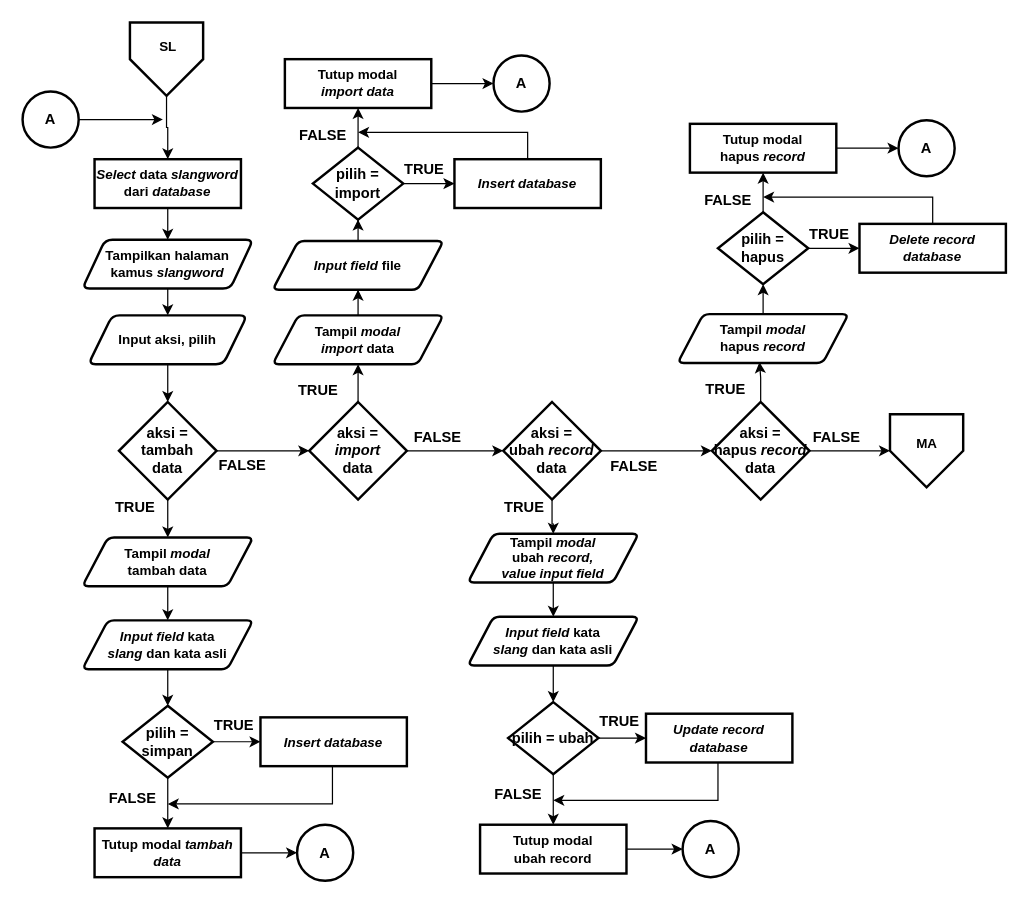
This is Dokumen TA/Paper/Flowchart/Flowchart menu slangword.drawio from muspriandi/TextMining-SentimentAnalysis, a draw.io file, before an edit. Source tidied: cells renumbered, new cells numbered last; positions are measured from the earlier drawing's top-left corner, leaving out a move shared by most shapes. Both pictures are drawn from the tidied source at 122%, with x=0, y=0 at pixel (22, 22).
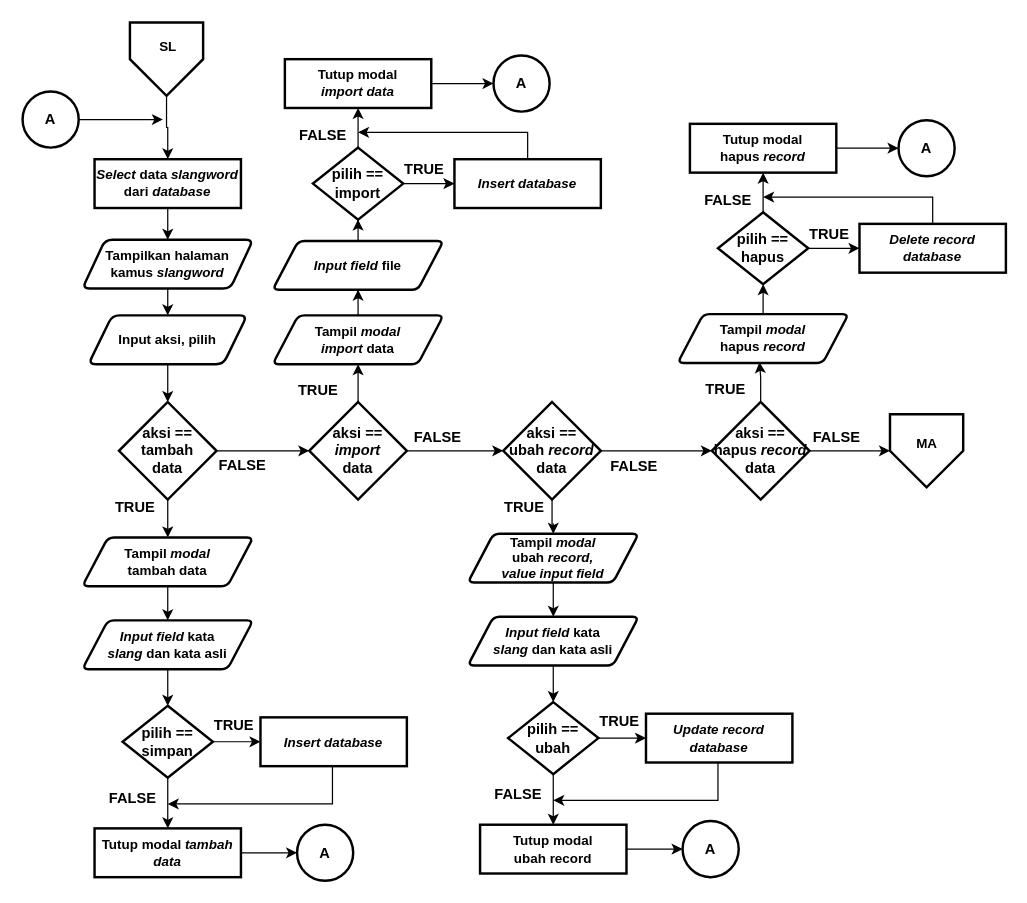
After the change.

Diff of the diagram source:
```diff
@@
-    <mxCell id="17" value="&lt;b&gt;&lt;font style=&quot;font-size: 12px&quot;&gt;aksi = tambah&lt;br&gt;data&lt;/font&gt;&lt;/b&gt;" style="rhombus;whiteSpace=wrap;html=1;strokeWidth=2;" parent="1" vertex="1">
+    <mxCell id="17" value="&lt;b&gt;&lt;font style=&quot;font-size: 12px&quot;&gt;aksi == tambah&lt;br&gt;data&lt;/font&gt;&lt;/b&gt;" style="rhombus;whiteSpace=wrap;html=1;strokeWidth=2;" parent="1" vertex="1">
       <mxGeometry x="79" y="311" width="80" height="80" as="geometry" />
     </mxCell>
@@
-    <mxCell id="20" value="&lt;b&gt;&lt;font style=&quot;font-size: 12px&quot;&gt;aksi =&lt;br&gt;&lt;i&gt;import&lt;/i&gt;&lt;br&gt;data&lt;br&gt;&lt;/font&gt;&lt;/b&gt;" style="rhombus;whiteSpace=wrap;html=1;strokeWidth=2;" parent="1" vertex="1">
+    <mxCell id="20" value="&lt;b&gt;&lt;font style=&quot;font-size: 12px&quot;&gt;aksi ==&lt;br&gt;&lt;i&gt;import&lt;/i&gt;&lt;br&gt;data&lt;br&gt;&lt;/font&gt;&lt;/b&gt;" style="rhombus;whiteSpace=wrap;html=1;strokeWidth=2;" parent="1" vertex="1">
       <mxGeometry x="235" y="311" width="80" height="80" as="geometry" />
     </mxCell>
@@
-    <mxCell id="23" value="&lt;b&gt;&lt;font style=&quot;font-size: 12px&quot;&gt;aksi = &lt;br&gt;ubah &lt;i&gt;record&lt;/i&gt;&lt;br&gt;data&lt;br&gt;&lt;/font&gt;&lt;/b&gt;" style="rhombus;whiteSpace=wrap;html=1;strokeWidth=2;" parent="1" vertex="1">
+    <mxCell id="23" value="&lt;b&gt;&lt;font style=&quot;font-size: 12px&quot;&gt;aksi == &lt;br&gt;ubah &lt;i&gt;record&lt;/i&gt;&lt;br&gt;data&lt;br&gt;&lt;/font&gt;&lt;/b&gt;" style="rhombus;whiteSpace=wrap;html=1;strokeWidth=2;" parent="1" vertex="1">
       <mxGeometry x="394" y="311" width="80" height="80" as="geometry" />
     </mxCell>
@@
-    <mxCell id="26" value="&lt;b&gt;&lt;font style=&quot;font-size: 12px&quot;&gt;aksi = &lt;br&gt;hapus &lt;i&gt;record&lt;/i&gt;&lt;br&gt;data&lt;br&gt;&lt;/font&gt;&lt;/b&gt;" style="rhombus;whiteSpace=wrap;html=1;strokeWidth=2;" parent="1" vertex="1">
+    <mxCell id="26" value="&lt;b&gt;&lt;font style=&quot;font-size: 12px&quot;&gt;aksi == &lt;br&gt;hapus &lt;i&gt;record&lt;/i&gt;&lt;br&gt;data&lt;br&gt;&lt;/font&gt;&lt;/b&gt;" style="rhombus;whiteSpace=wrap;html=1;strokeWidth=2;" parent="1" vertex="1">
       <mxGeometry x="565" y="311" width="80" height="80" as="geometry" />
     </mxCell>
@@
-    <mxCell id="33" value="&lt;b&gt;&lt;font style=&quot;font-size: 12px&quot;&gt;pilih = simpan&lt;/font&gt;&lt;/b&gt;" style="rhombus;whiteSpace=wrap;html=1;strokeWidth=2;" parent="1" vertex="1">
+    <mxCell id="33" value="&lt;b&gt;&lt;font style=&quot;font-size: 12px&quot;&gt;pilih == simpan&lt;/font&gt;&lt;/b&gt;" style="rhombus;whiteSpace=wrap;html=1;strokeWidth=2;" parent="1" vertex="1">
       <mxGeometry x="82" y="560" width="74" height="59" as="geometry" />
     </mxCell>
@@
-    <mxCell id="51" value="&lt;b&gt;&lt;font style=&quot;font-size: 12px&quot;&gt;pilih = import&lt;/font&gt;&lt;/b&gt;" style="rhombus;whiteSpace=wrap;html=1;strokeWidth=2;" parent="1" vertex="1">
+    <mxCell id="51" value="&lt;b&gt;&lt;font style=&quot;font-size: 12px&quot;&gt;pilih == import&lt;/font&gt;&lt;/b&gt;" style="rhombus;whiteSpace=wrap;html=1;strokeWidth=2;" parent="1" vertex="1">
       <mxGeometry x="238" y="102.5" width="74" height="59" as="geometry" />
     </mxCell>
@@
-    <mxCell id="67" value="&lt;b&gt;&lt;font style=&quot;font-size: 12px&quot;&gt;pilih = ubah&lt;/font&gt;&lt;/b&gt;" style="rhombus;whiteSpace=wrap;html=1;strokeWidth=2;" parent="1" vertex="1">
+    <mxCell id="67" value="&lt;b&gt;&lt;font style=&quot;font-size: 12px&quot;&gt;pilih == ubah&lt;/font&gt;&lt;/b&gt;" style="rhombus;whiteSpace=wrap;html=1;strokeWidth=2;" parent="1" vertex="1">
       <mxGeometry x="398" y="557" width="74" height="59" as="geometry" />
     </mxCell>
@@
-    <mxCell id="81" value="&lt;b&gt;&lt;font style=&quot;font-size: 12px&quot;&gt;pilih = hapus&lt;/font&gt;&lt;/b&gt;" style="rhombus;whiteSpace=wrap;html=1;strokeWidth=2;" parent="1" vertex="1">
+    <mxCell id="81" value="&lt;b&gt;&lt;font style=&quot;font-size: 12px&quot;&gt;pilih == hapus&lt;/font&gt;&lt;/b&gt;" style="rhombus;whiteSpace=wrap;html=1;strokeWidth=2;" parent="1" vertex="1">
       <mxGeometry x="570" y="155.5" width="74" height="59" as="geometry" />
     </mxCell>
```
